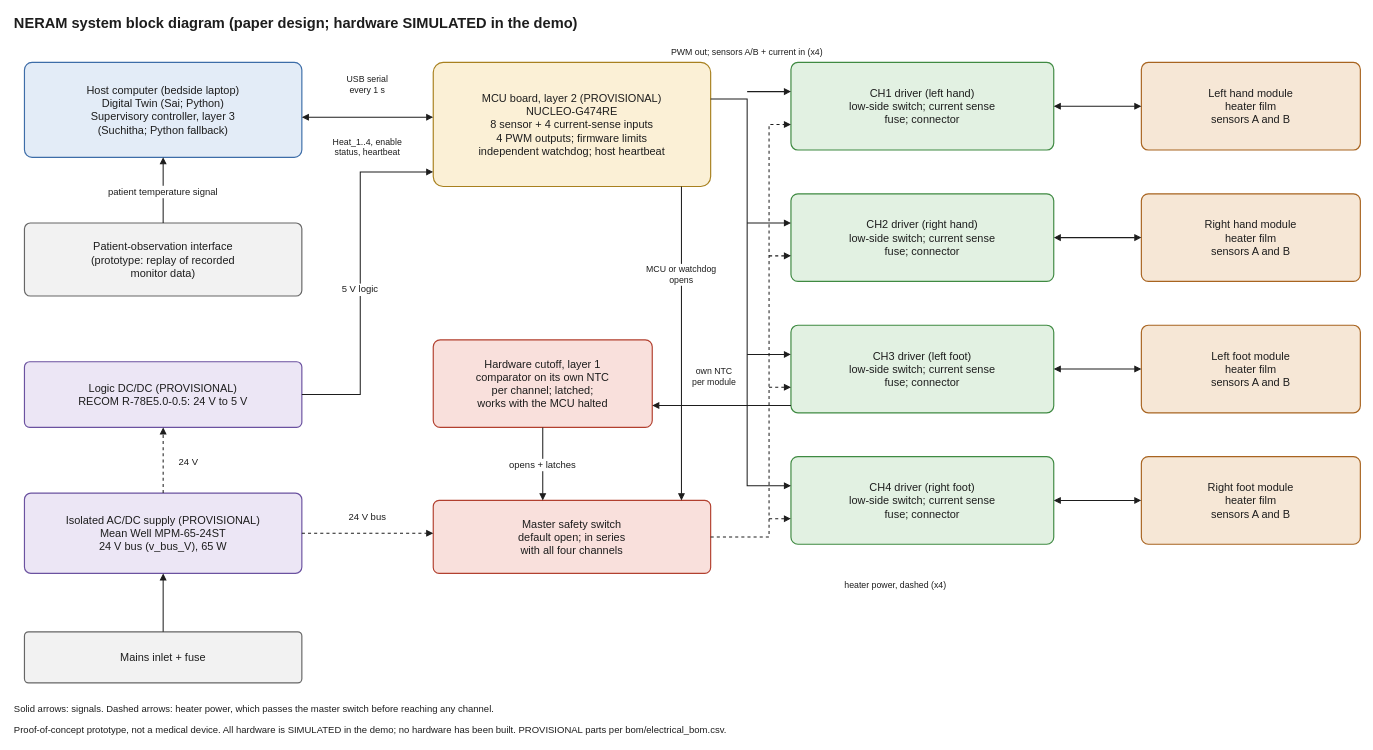
Earlier version of the draw.io diagram hardware/diagrams/system_block_diagram.drawio (shreehannayak/neram-thermal-digital-twin). Source tidied: cells renumbered, new cells numbered last; positions are measured from the earlier drawing's top-left corner, leaving out a move shared by most shapes. Both pictures are drawn from the tidied source at 73%, with x=0, y=0 at pixel (12, 12).
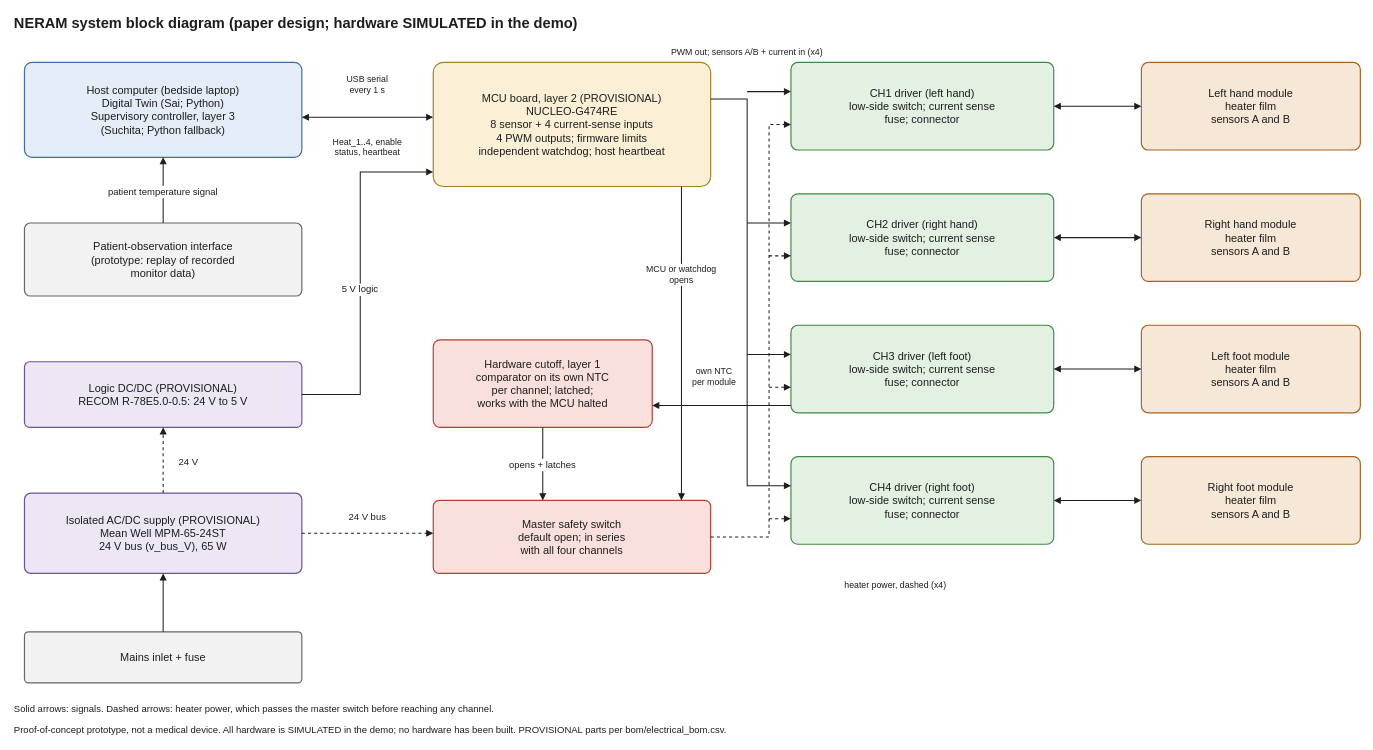
After the change.

Diff of the diagram source:
```diff
@@
-    <mxCell id="2" value="Host computer (bedside laptop)&#10;Digital Twin (Sai; Python)&#10;Supervisory controller, layer 3&#10;(Suchitha; Python fallback)" style="rounded=1;arcSize=8;whiteSpace=wrap;html=0;fillColor=#e3ecf7;strokeColor=#3d6da8;strokeWidth=1.6;fontColor=#1d1d1d;fontSize=15;" parent="1" vertex="1">
+    <mxCell id="2" value="Host computer (bedside laptop)&#10;Digital Twin (Sai; Python)&#10;Supervisory controller, layer 3&#10;(Suchita; Python fallback)" style="rounded=1;arcSize=8;whiteSpace=wrap;html=0;fillColor=#e3ecf7;strokeColor=#3d6da8;strokeWidth=1.6;fontColor=#1d1d1d;fontSize=15;" parent="1" vertex="1">
       <mxGeometry x="16" y="68" width="380" height="130" as="geometry" />
     </mxCell>
```
